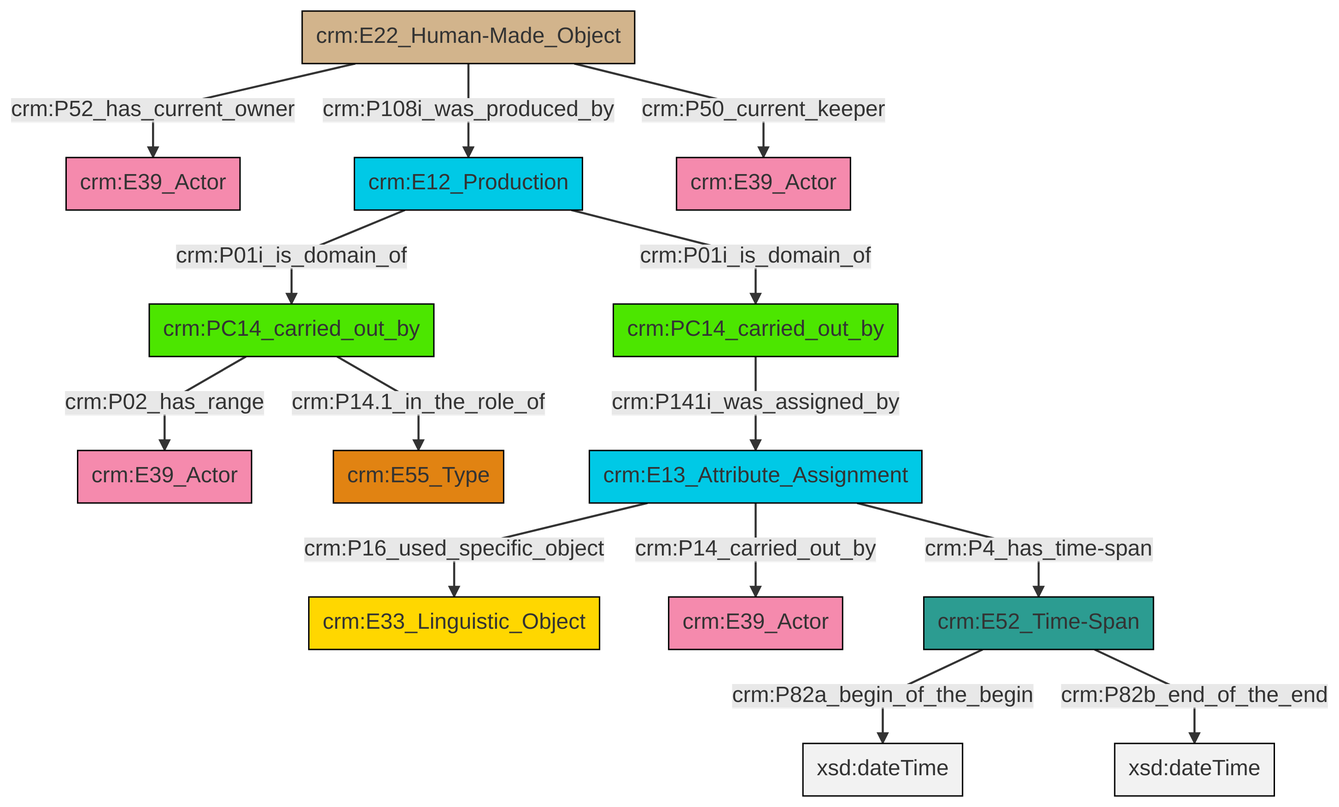
Earlier version of the Mermaid export et/carrierCSV/ttl/mmd/png/carrier_relations.png (swiss-art-research-net/docs.swissartresearch). Its source is kept beside it as et/carrierCSV/ttl/mmd/carrier_relations.ttl.mmd.
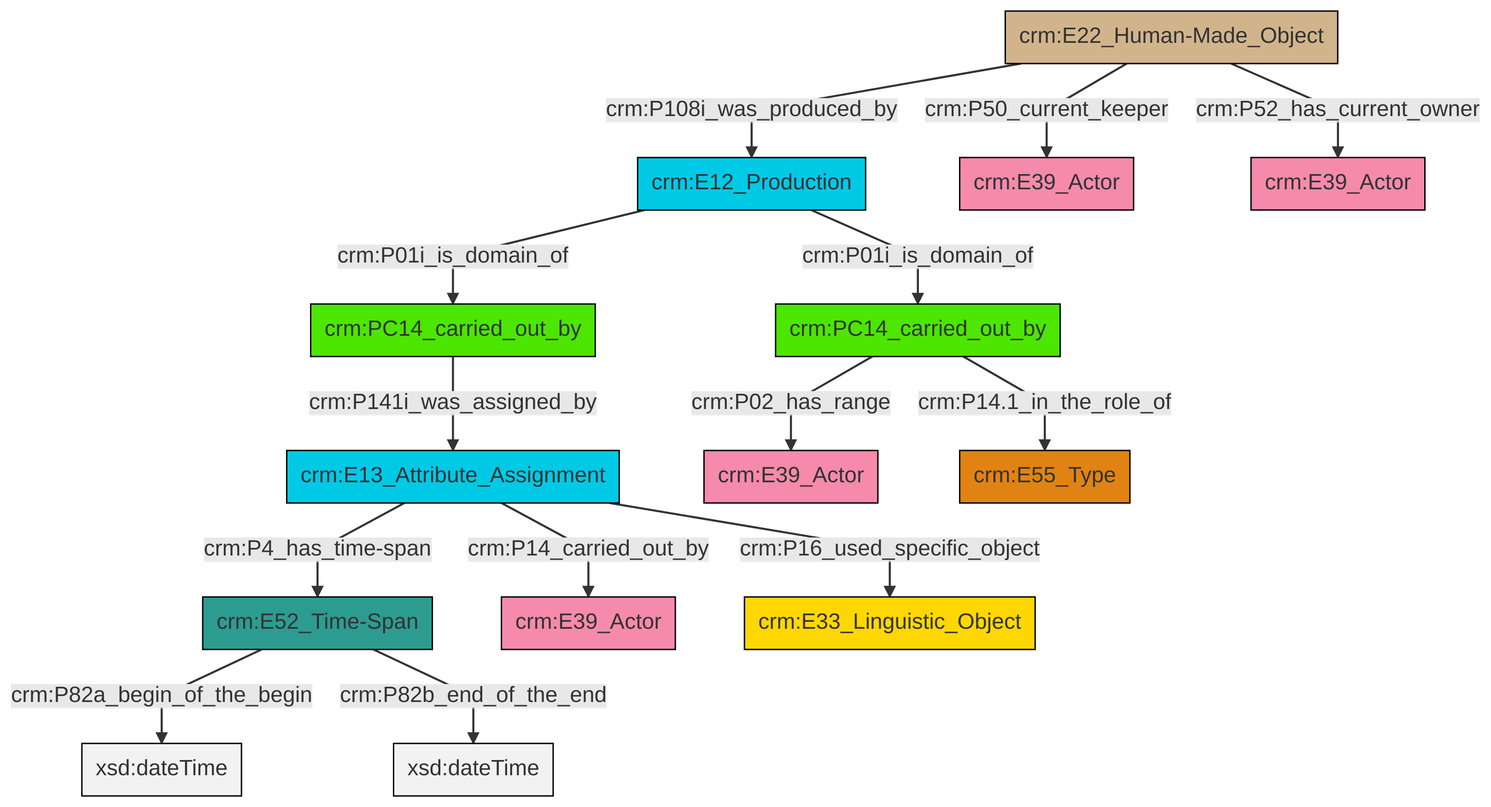
The same diagram one commit later.

Change to the diagram source:
```diff
@@ -13,16 +13,16 @@
 classDef PC_Classes fill:#4ce600, stroke:#000000;
 classDef Multi fill:#cccccc,stroke:#000000;
 
-0["crm:E22_Human-Made_Object"]:::Physical_Thing -->|crm:P52_has_current_owner| 1["crm:E39_Actor"]:::Actor
-0["crm:E22_Human-Made_Object"]:::Physical_Thing -->|crm:P108i_was_produced_by| 2["crm:E12_Production"]:::Temporal_Entity
-0["crm:E22_Human-Made_Object"]:::Physical_Thing -->|crm:P50_current_keeper| 3["crm:E39_Actor"]:::Actor
-13["crm:PC14_carried_out_by"]:::PC_Classes -->|crm:P141i_was_assigned_by| 11["crm:E13_Attribute_Assignment"]:::Temporal_Entity
-11["crm:E13_Attribute_Assignment"]:::Temporal_Entity -->|crm:P16_used_specific_object| 7["crm:E33_Linguistic_Object"]:::Conceptual_Object
-15["crm:E52_Time-Span"]:::Time-Span -->|crm:P82a_begin_of_the_begin| 16[xsd:dateTime]:::Literal
-15["crm:E52_Time-Span"]:::Time-Span -->|crm:P82b_end_of_the_end| 17[xsd:dateTime]:::Literal
-5["crm:PC14_carried_out_by"]:::PC_Classes -->|crm:P02_has_range| 9["crm:E39_Actor"]:::Actor
-5["crm:PC14_carried_out_by"]:::PC_Classes -->|crm:P14.1_in_the_role_of| 18["crm:E55_Type"]:::Type
-11["crm:E13_Attribute_Assignment"]:::Temporal_Entity -->|crm:P14_carried_out_by| 22["crm:E39_Actor"]:::Actor
-2["crm:E12_Production"]:::Temporal_Entity -->|crm:P01i_is_domain_of| 5["crm:PC14_carried_out_by"]:::PC_Classes
-11["crm:E13_Attribute_Assignment"]:::Temporal_Entity -->|crm:P4_has_time-span| 15["crm:E52_Time-Span"]:::Time-Span
-2["crm:E12_Production"]:::Temporal_Entity -->|crm:P01i_is_domain_of| 13["crm:PC14_carried_out_by"]:::PC_Classes
+0["crm:E52_Time-Span"]:::Time-Span -->|crm:P82a_begin_of_the_begin| 1[xsd:dateTime]:::Literal
+2["crm:E13_Attribute_Assignment"]:::Temporal_Entity -->|crm:P14_carried_out_by| 3["crm:E39_Actor"]:::Actor
+2["crm:E13_Attribute_Assignment"]:::Temporal_Entity -->|crm:P4_has_time-span| 0["crm:E52_Time-Span"]:::Time-Span
+6["crm:E22_Human-Made_Object"]:::Physical_Thing -->|crm:P108i_was_produced_by| 7["crm:E12_Production"]:::Temporal_Entity
+2["crm:E13_Attribute_Assignment"]:::Temporal_Entity -->|crm:P16_used_specific_object| 9["crm:E33_Linguistic_Object"]:::Conceptual_Object
+7["crm:E12_Production"]:::Temporal_Entity -->|crm:P01i_is_domain_of| 10["crm:PC14_carried_out_by"]:::PC_Classes
+10["crm:PC14_carried_out_by"]:::PC_Classes -->|crm:P02_has_range| 4["crm:E39_Actor"]:::Actor
+6["crm:E22_Human-Made_Object"]:::Physical_Thing -->|crm:P52_has_current_owner| 19["crm:E39_Actor"]:::Actor
+6["crm:E22_Human-Made_Object"]:::Physical_Thing -->|crm:P50_current_keeper| 15["crm:E39_Actor"]:::Actor
+0["crm:E52_Time-Span"]:::Time-Span -->|crm:P82b_end_of_the_end| 24[xsd:dateTime]:::Literal
+10["crm:PC14_carried_out_by"]:::PC_Classes -->|crm:P14.1_in_the_role_of| 21["crm:E55_Type"]:::Type
+7["crm:E12_Production"]:::Temporal_Entity -->|crm:P01i_is_domain_of| 11["crm:PC14_carried_out_by"]:::PC_Classes
+11["crm:PC14_carried_out_by"]:::PC_Classes -->|crm:P141i_was_assigned_by| 2["crm:E13_Attribute_Assignment"]:::Temporal_Entity
```
